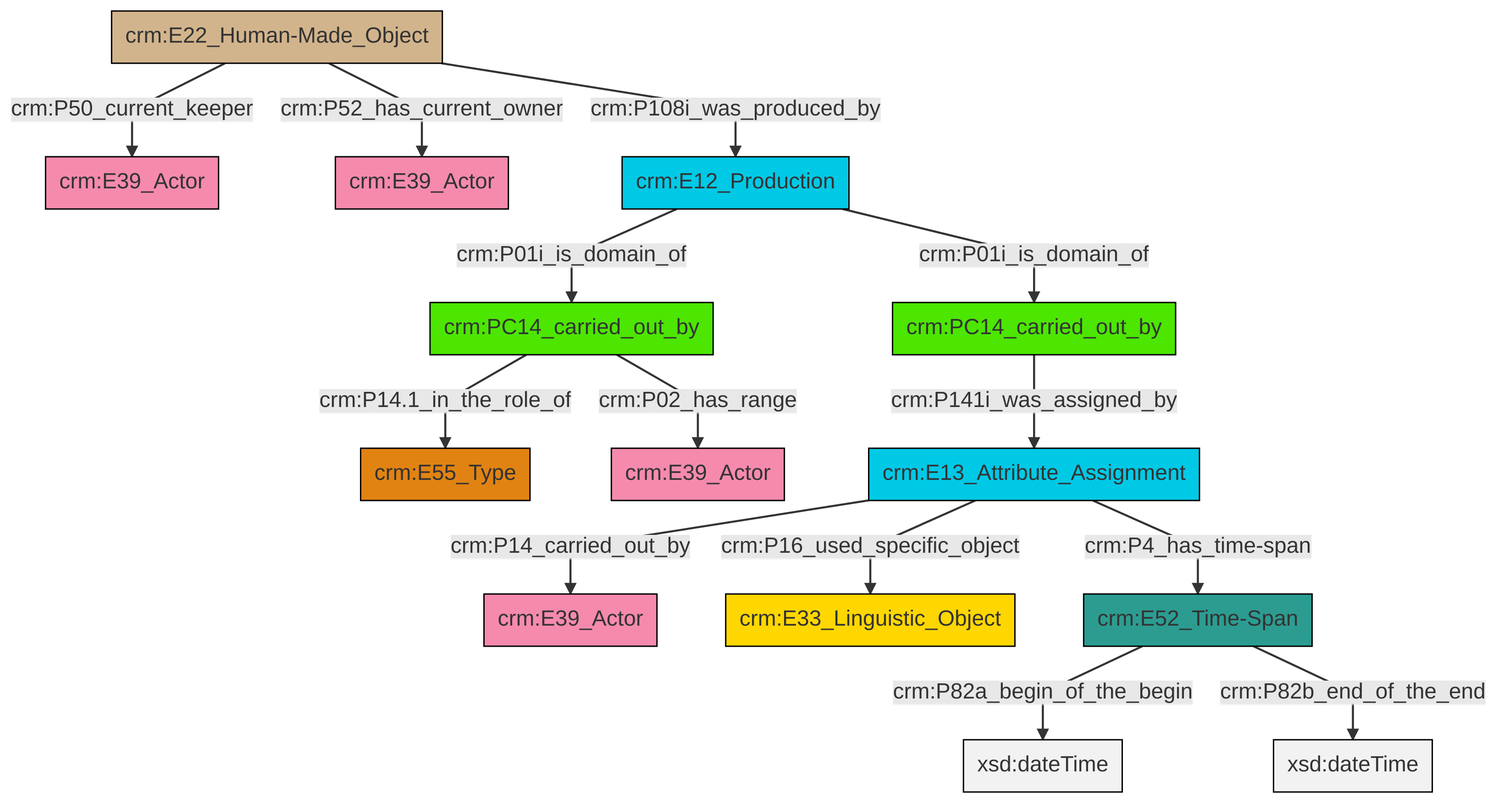
Earlier version of the Mermaid export et/carrierCSV/ttl/mmd/png/carrier_relations.png (swiss-art-research-net/docs.swissartresearch). Its source is kept beside it as et/carrierCSV/ttl/mmd/carrier_relations.ttl.mmd.
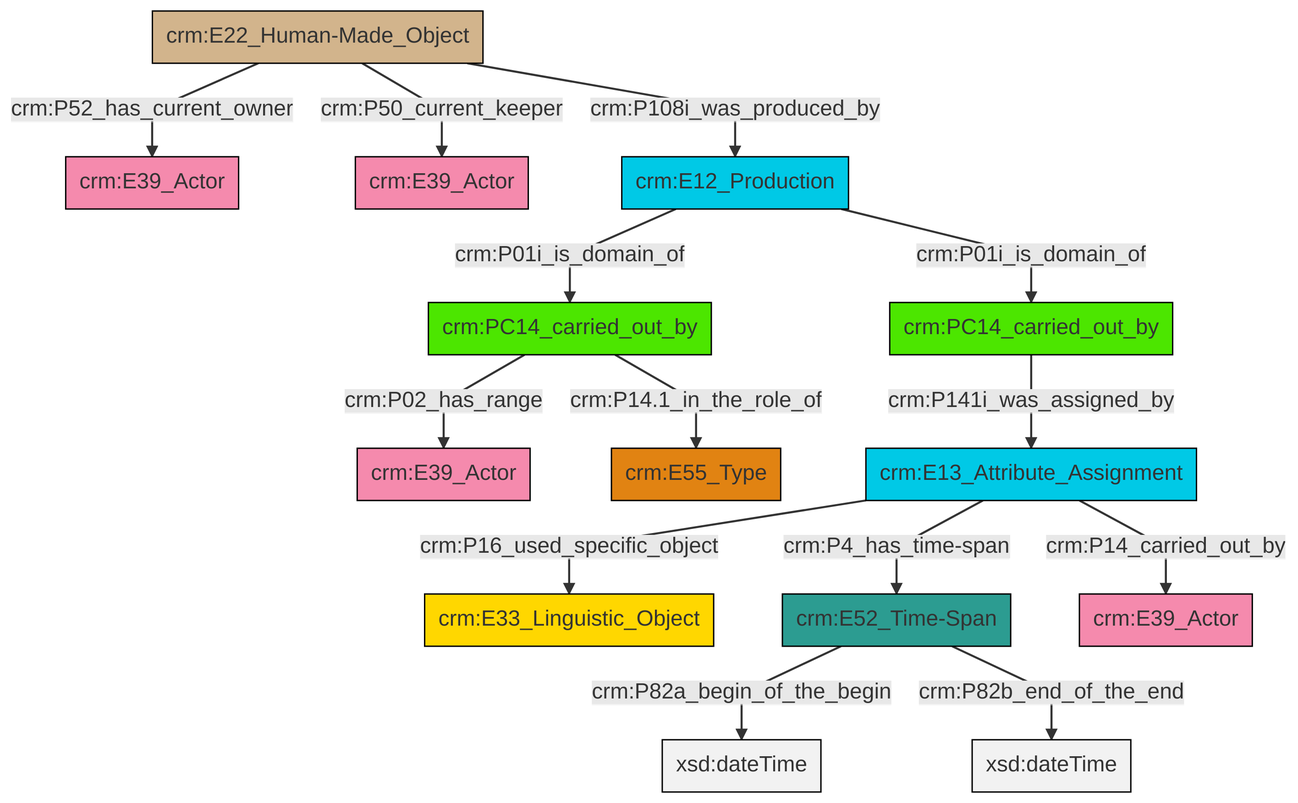
The same file after the commit.

Change to the diagram source:
```diff
@@ -13,16 +13,16 @@
 classDef PC_Classes fill:#4ce600, stroke:#000000;
 classDef Multi fill:#cccccc,stroke:#000000;
 
-0["crm:E52_Time-Span"]:::Time-Span -->|crm:P82a_begin_of_the_begin| 1[xsd:dateTime]:::Literal
-2["crm:PC14_carried_out_by"]:::PC_Classes -->|crm:P14.1_in_the_role_of| 3["crm:E55_Type"]:::Type
-9["crm:E13_Attribute_Assignment"]:::Temporal_Entity -->|crm:P14_carried_out_by| 6["crm:E39_Actor"]:::Actor
-9["crm:E13_Attribute_Assignment"]:::Temporal_Entity -->|crm:P16_used_specific_object| 11["crm:E33_Linguistic_Object"]:::Conceptual_Object
-12["crm:PC14_carried_out_by"]:::PC_Classes -->|crm:P141i_was_assigned_by| 9["crm:E13_Attribute_Assignment"]:::Temporal_Entity
-15["crm:E22_Human-Made_Object"]:::Physical_Thing -->|crm:P50_current_keeper| 17["crm:E39_Actor"]:::Actor
-18["crm:E12_Production"]:::Temporal_Entity -->|crm:P01i_is_domain_of| 2["crm:PC14_carried_out_by"]:::PC_Classes
-18["crm:E12_Production"]:::Temporal_Entity -->|crm:P01i_is_domain_of| 12["crm:PC14_carried_out_by"]:::PC_Classes
-2["crm:PC14_carried_out_by"]:::PC_Classes -->|crm:P02_has_range| 13["crm:E39_Actor"]:::Actor
-15["crm:E22_Human-Made_Object"]:::Physical_Thing -->|crm:P52_has_current_owner| 4["crm:E39_Actor"]:::Actor
-9["crm:E13_Attribute_Assignment"]:::Temporal_Entity -->|crm:P4_has_time-span| 0["crm:E52_Time-Span"]:::Time-Span
-0["crm:E52_Time-Span"]:::Time-Span -->|crm:P82b_end_of_the_end| 20[xsd:dateTime]:::Literal
-15["crm:E22_Human-Made_Object"]:::Physical_Thing -->|crm:P108i_was_produced_by| 18["crm:E12_Production"]:::Temporal_Entity
+0["crm:E22_Human-Made_Object"]:::Physical_Thing -->|crm:P52_has_current_owner| 1["crm:E39_Actor"]:::Actor
+4["crm:E52_Time-Span"]:::Time-Span -->|crm:P82a_begin_of_the_begin| 5[xsd:dateTime]:::Literal
+10["crm:PC14_carried_out_by"]:::PC_Classes -->|crm:P14.1_in_the_role_of| 11["crm:E55_Type"]:::Type
+4["crm:E52_Time-Span"]:::Time-Span -->|crm:P82b_end_of_the_end| 12[xsd:dateTime]:::Literal
+10["crm:PC14_carried_out_by"]:::PC_Classes -->|crm:P02_has_range| 6["crm:E39_Actor"]:::Actor
+0["crm:E22_Human-Made_Object"]:::Physical_Thing -->|crm:P50_current_keeper| 14["crm:E39_Actor"]:::Actor
+20["crm:E13_Attribute_Assignment"]:::Temporal_Entity -->|crm:P16_used_specific_object| 2["crm:E33_Linguistic_Object"]:::Conceptual_Object
+8["crm:PC14_carried_out_by"]:::PC_Classes -->|crm:P141i_was_assigned_by| 20["crm:E13_Attribute_Assignment"]:::Temporal_Entity
+20["crm:E13_Attribute_Assignment"]:::Temporal_Entity -->|crm:P14_carried_out_by| 21["crm:E39_Actor"]:::Actor
+18["crm:E12_Production"]:::Temporal_Entity -->|crm:P01i_is_domain_of| 10["crm:PC14_carried_out_by"]:::PC_Classes
+0["crm:E22_Human-Made_Object"]:::Physical_Thing -->|crm:P108i_was_produced_by| 18["crm:E12_Production"]:::Temporal_Entity
+20["crm:E13_Attribute_Assignment"]:::Temporal_Entity -->|crm:P4_has_time-span| 4["crm:E52_Time-Span"]:::Time-Span
+18["crm:E12_Production"]:::Temporal_Entity -->|crm:P01i_is_domain_of| 8["crm:PC14_carried_out_by"]:::PC_Classes
```
